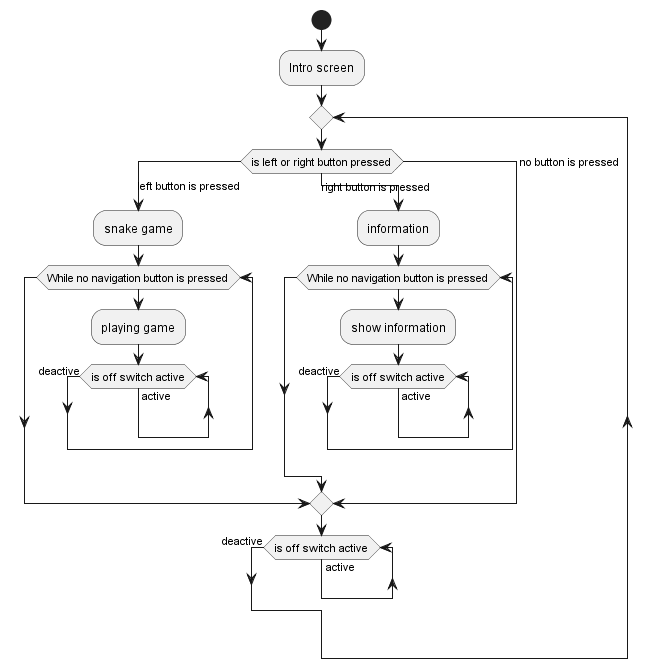
This is out/DiagramSource/activityDiagram/activityDiagram.png from roopemyller/spaghettiboy-2000-project, a PlantUML export, as it was before one commit.
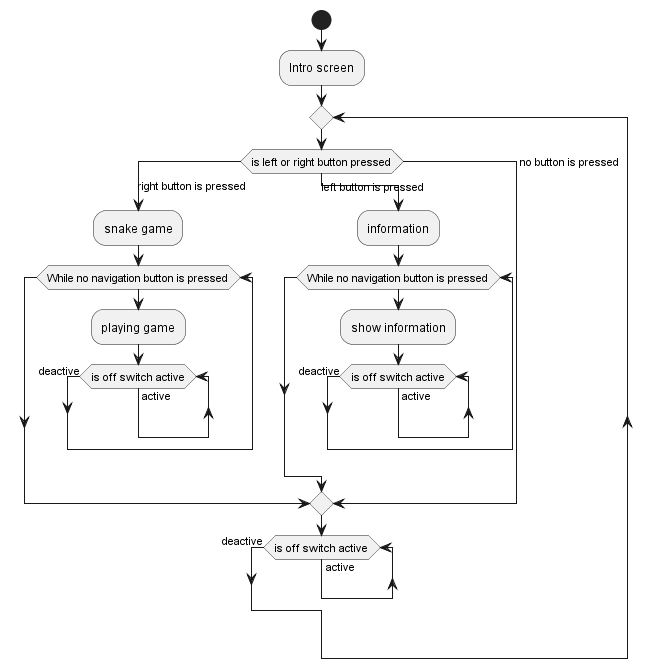
Later version of the same file.

The edit, as a diff of the source:
```diff
@@ -6,14 +6,14 @@
 
 repeat
     switch (is left or right button pressed)
-        case (left button is pressed)
+        case (right button is pressed)
         :snake game;
             while (While no navigation button is pressed)
                 :playing game;
                 while (is off switch active) is (active)
                 endwhile (deactive)
             endwhile
-        case (right button is pressed)
+        case (left button is pressed)
         :information;
             while (While no navigation button is pressed)
                 :show information;
```
